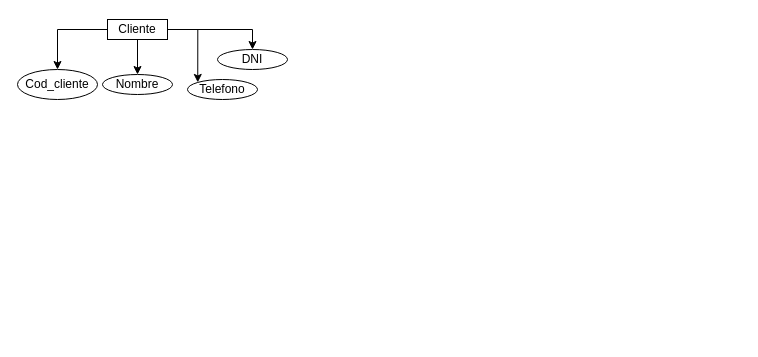
jhosebro/Bases-de-datos keeps this draw.io diagram as ventadeboletas.drawio. Above is the earlier version. Source tidied: cells renumbered, new cells numbered last; positions are measured from the earlier drawing's top-left corner, leaving out a move shared by most shapes. Both pictures are drawn from the tidied source at 100%, with x=0, y=0 at pixel (17, 19).
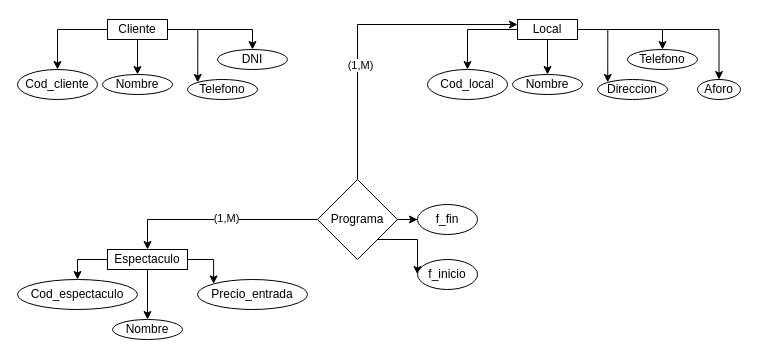
The same page after the edit.

What changed in the source:
```diff
@@
+    <mxCell id="11" style="edgeStyle=orthogonalEdgeStyle;rounded=0;jettySize=auto;html=1;" parent="1" edge="1" source="16" target="17">
+      <mxGeometry relative="1" as="geometry" />
+    </mxCell>
+    <mxCell id="12" style="edgeStyle=orthogonalEdgeStyle;rounded=0;jettySize=auto;html=1;entryX=0.5;entryY=0;entryDx=0;entryDy=0;" parent="1" edge="1" source="16" target="18">
+      <mxGeometry relative="1" as="geometry" />
+    </mxCell>
+    <mxCell id="13" style="edgeStyle=orthogonalEdgeStyle;rounded=0;jettySize=auto;html=1;entryX=0.5;entryY=0;entryDx=0;entryDy=0;" parent="1" edge="1" source="16" target="20">
+      <mxGeometry relative="1" as="geometry" />
+    </mxCell>
+    <mxCell id="14" style="edgeStyle=orthogonalEdgeStyle;rounded=0;jettySize=auto;html=1;entryX=0;entryY=0;entryDx=0;entryDy=0;" parent="1" edge="1" source="16" target="19">
+      <mxGeometry relative="1" as="geometry" />
+    </mxCell>
+    <mxCell id="15" style="edgeStyle=orthogonalEdgeStyle;rounded=0;jettySize=auto;html=1;" parent="1" edge="1" source="16" target="21">
+      <mxGeometry relative="1" as="geometry" />
+    </mxCell>
+    <mxCell id="16" value="Local" style="rounded=0;whiteSpace=wrap;html=1;" parent="1" vertex="1">
+      <mxGeometry x="500" width="60" height="20" as="geometry" />
+    </mxCell>
+    <mxCell id="17" value="Cod_local" style="ellipse;whiteSpace=wrap;html=1;" parent="1" vertex="1">
+      <mxGeometry x="410" y="50" width="80" height="30" as="geometry" />
+    </mxCell>
+    <mxCell id="18" value="Nombre" style="ellipse;whiteSpace=wrap;html=1;" parent="1" vertex="1">
+      <mxGeometry x="495" y="55" width="70" height="20" as="geometry" />
+    </mxCell>
+    <mxCell id="19" value="Direccion" style="ellipse;whiteSpace=wrap;html=1;" parent="1" vertex="1">
+      <mxGeometry x="580" y="60" width="70" height="20" as="geometry" />
+    </mxCell>
+    <mxCell id="20" value="Telefono" style="ellipse;whiteSpace=wrap;html=1;" parent="1" vertex="1">
+      <mxGeometry x="610" y="30" width="70" height="20" as="geometry" />
+    </mxCell>
+    <mxCell id="21" value="Aforo" style="ellipse;whiteSpace=wrap;html=1;" parent="1" vertex="1">
+      <mxGeometry x="680" y="60" width="43" height="20" as="geometry" />
+    </mxCell>
+    <mxCell id="22" style="edgeStyle=orthogonalEdgeStyle;rounded=0;jettySize=auto;html=1;entryX=0.5;entryY=0;entryDx=0;entryDy=0;" parent="1" edge="1" source="25" target="27">
+      <mxGeometry relative="1" as="geometry" />
+    </mxCell>
+    <mxCell id="23" style="edgeStyle=orthogonalEdgeStyle;rounded=0;jettySize=auto;html=1;entryX=0;entryY=0;entryDx=0;entryDy=0;" parent="1" edge="1" source="25" target="28">
+      <mxGeometry relative="1" as="geometry" />
+    </mxCell>
+    <mxCell id="24" style="edgeStyle=orthogonalEdgeStyle;rounded=0;jettySize=auto;html=1;entryX=0.5;entryY=0;entryDx=0;entryDy=0;" parent="1" edge="1" source="25" target="26">
+      <mxGeometry relative="1" as="geometry">
+        <Array as="points">
+          <mxPoint x="60" y="240" />
+        </Array>
+      </mxGeometry>
+    </mxCell>
+    <mxCell id="25" value="Espectaculo" style="rounded=0;whiteSpace=wrap;html=1;" parent="1" vertex="1">
+      <mxGeometry x="90" y="230" width="80" height="20" as="geometry" />
+    </mxCell>
+    <mxCell id="26" value="Cod_espectaculo" style="ellipse;whiteSpace=wrap;html=1;" parent="1" vertex="1">
+      <mxGeometry y="260" width="120" height="30" as="geometry" />
+    </mxCell>
+    <mxCell id="27" value="Nombre" style="ellipse;whiteSpace=wrap;html=1;" parent="1" vertex="1">
+      <mxGeometry x="95" y="300" width="70" height="20" as="geometry" />
+    </mxCell>
+    <mxCell id="28" value="Precio_entrada" style="ellipse;whiteSpace=wrap;html=1;" parent="1" vertex="1">
+      <mxGeometry x="180" y="260" width="110" height="30" as="geometry" />
+    </mxCell>
+    <mxCell id="29" style="edgeStyle=orthogonalEdgeStyle;rounded=0;jettySize=auto;html=1;entryX=0;entryY=0.25;entryDx=0;entryDy=0;" parent="1" edge="1" source="35" target="16">
+      <mxGeometry relative="1" as="geometry">
+        <Array as="points">
+          <mxPoint x="340" y="5" />
+        </Array>
+      </mxGeometry>
+    </mxCell>
+    <mxCell id="30" value="(1,M)" style="edgeLabel;html=1;align=center;verticalAlign=middle;" parent="29" vertex="1">
+      <mxGeometry x="-0.27" y="-2" relative="1" as="geometry" />
+    </mxCell>
+    <mxCell id="31" style="edgeStyle=orthogonalEdgeStyle;rounded=0;jettySize=auto;html=1;entryX=0.5;entryY=0;entryDx=0;entryDy=0;" parent="1" edge="1" source="35" target="25">
+      <mxGeometry relative="1" as="geometry" />
+    </mxCell>
+    <mxCell id="32" value="(1,M)" style="edgeLabel;html=1;align=center;verticalAlign=middle;" parent="31" vertex="1">
+      <mxGeometry x="-0.08" y="-2" relative="1" as="geometry" />
+    </mxCell>
+    <mxCell id="33" style="edgeStyle=orthogonalEdgeStyle;rounded=0;jettySize=auto;html=1;entryX=0;entryY=0.5;entryDx=0;entryDy=0;" parent="1" edge="1" source="35" target="37">
+      <mxGeometry relative="1" as="geometry" />
+    </mxCell>
+    <mxCell id="34" style="edgeStyle=orthogonalEdgeStyle;rounded=0;jettySize=auto;html=1;exitX=1;exitY=1;exitDx=0;exitDy=0;entryX=0;entryY=0.5;entryDx=0;entryDy=0;" parent="1" edge="1" source="35" target="36">
+      <mxGeometry relative="1" as="geometry" />
+    </mxCell>
+    <mxCell id="35" value="Programa" style="rhombus;whiteSpace=wrap;html=1;" parent="1" vertex="1">
+      <mxGeometry x="300" y="160" width="80" height="80" as="geometry" />
+    </mxCell>
+    <mxCell id="36" value="f_inicio" style="ellipse;whiteSpace=wrap;html=1;" parent="1" vertex="1">
+      <mxGeometry x="400" y="240" width="60" height="30" as="geometry" />
+    </mxCell>
+    <mxCell id="37" value="f_fin" style="ellipse;whiteSpace=wrap;html=1;" parent="1" vertex="1">
+      <mxGeometry x="400" y="185" width="60" height="30" as="geometry" />
+    </mxCell>
```
